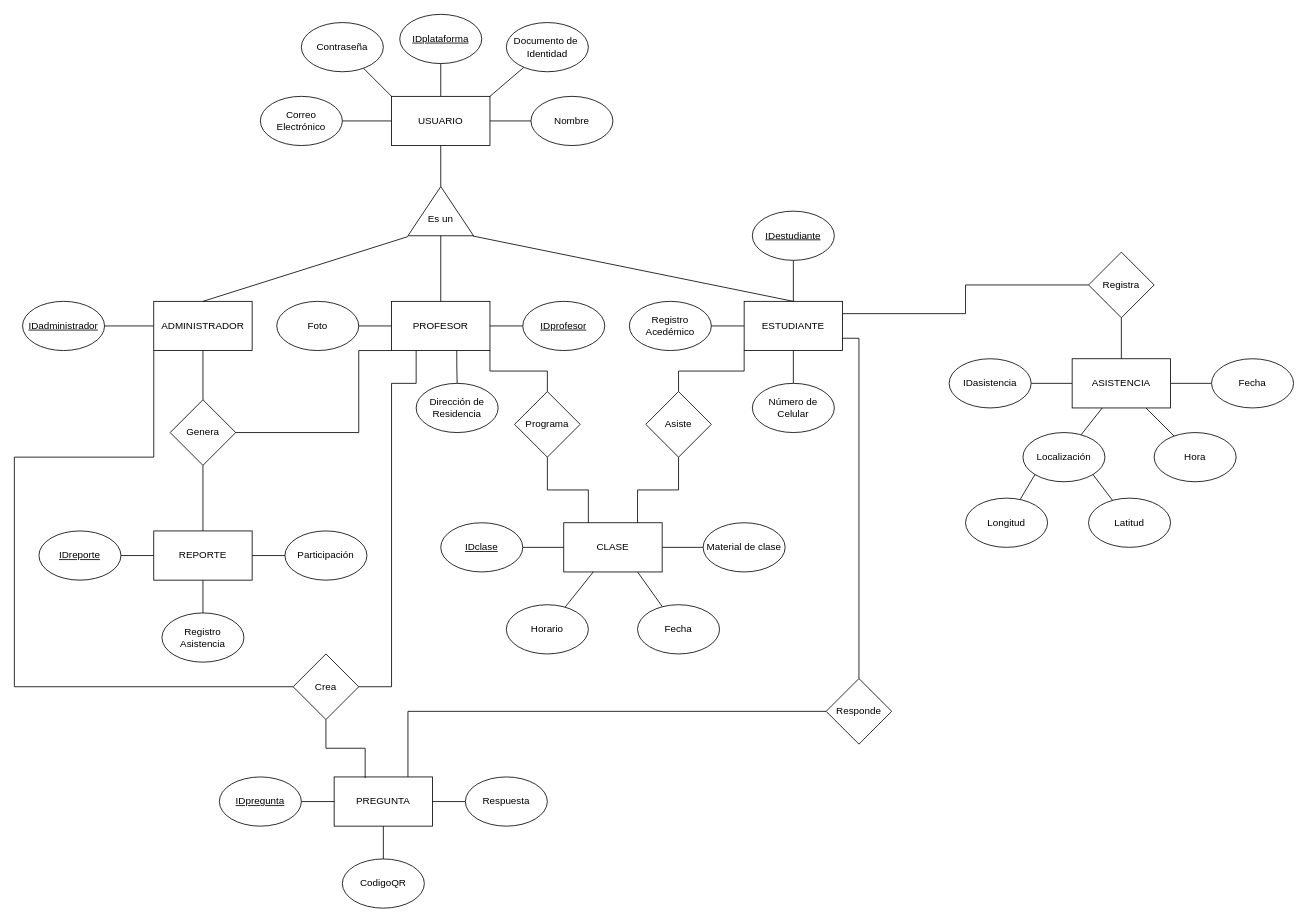
Earlier version of the draw.io diagram Attenzio Entidad-Relación.drawio (18luisc/Attenzio). Source tidied: cells renumbered, new cells numbered last; positions are measured from the earlier drawing's top-left corner, leaving out a move shared by most shapes. Both pictures are drawn from the tidied source at 82%, with x=0, y=0 at pixel (14, 14).
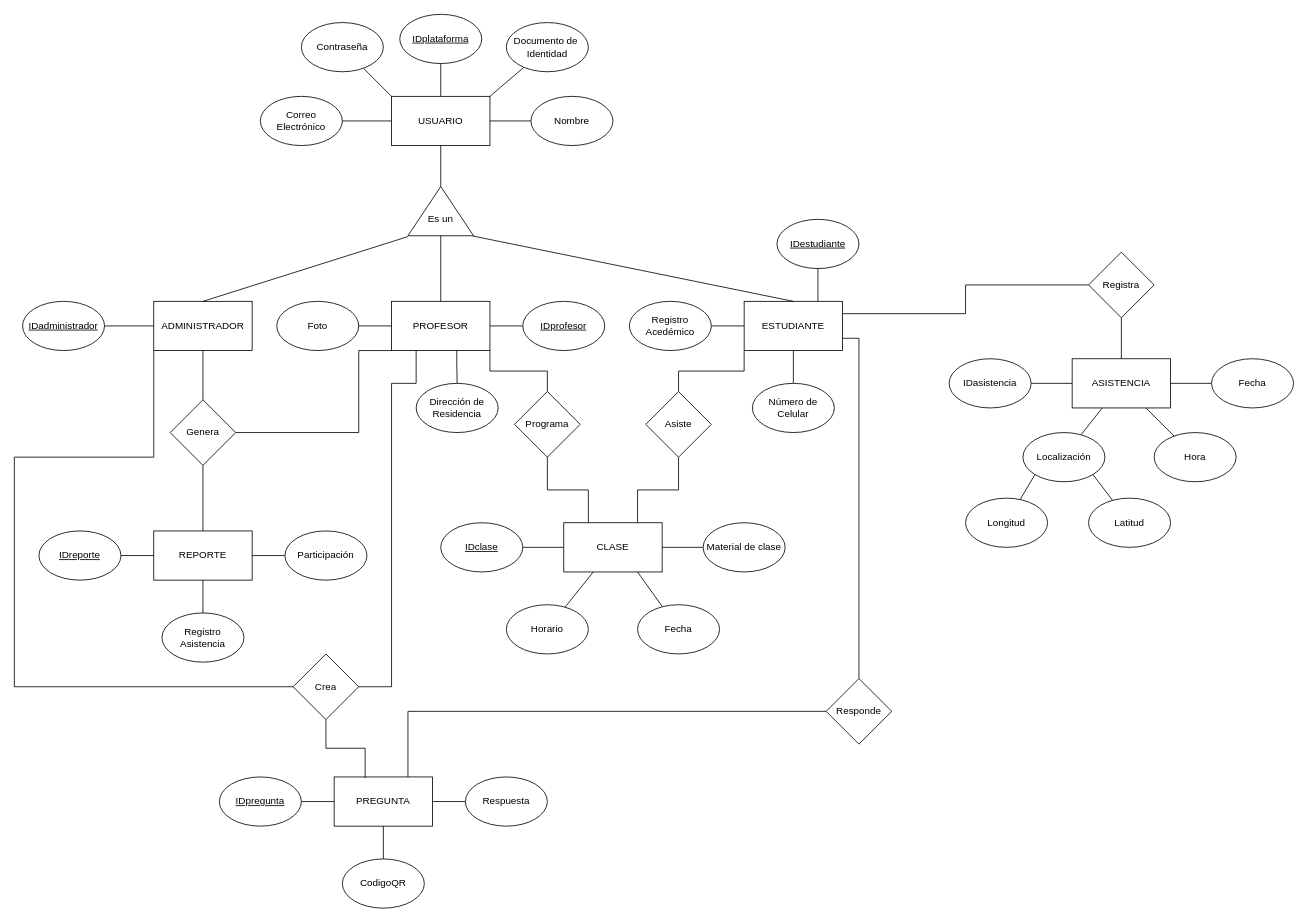
Above is the later version.

Unchanged cells that the change refers to:
```xml
<mxCell id="8" value="ESTUDIANTE" style="rounded=0;whiteSpace=wrap;html=1;" parent="1" vertex="1">
  <mxGeometry x="890" y="350" width="120" height="60" as="geometry" />
</mxCell>
```

The edit, as a diff of the source:
```diff
@@
-    <mxCell id="6" style="rounded=0;jettySize=auto;html=1;endArrow=none;endFill=0;" parent="1" edge="1" source="8" target="30">
+    <mxCell id="6" style="rounded=0;jettySize=auto;html=1;endArrow=none;endFill=0;exitX=0.75;exitY=0;exitDx=0;exitDy=0;" parent="1" edge="1" source="8" target="30">
       <mxGeometry relative="1" as="geometry" />
     </mxCell>
@@
     <mxCell id="30" value="&lt;u&gt;IDestudiante&lt;/u&gt;" style="ellipse;whiteSpace=wrap;html=1;" parent="1" vertex="1">
-      <mxGeometry x="900" y="240" width="100" height="60" as="geometry" />
+      <mxGeometry x="930" y="250" width="100" height="60" as="geometry" />
     </mxCell>
```
